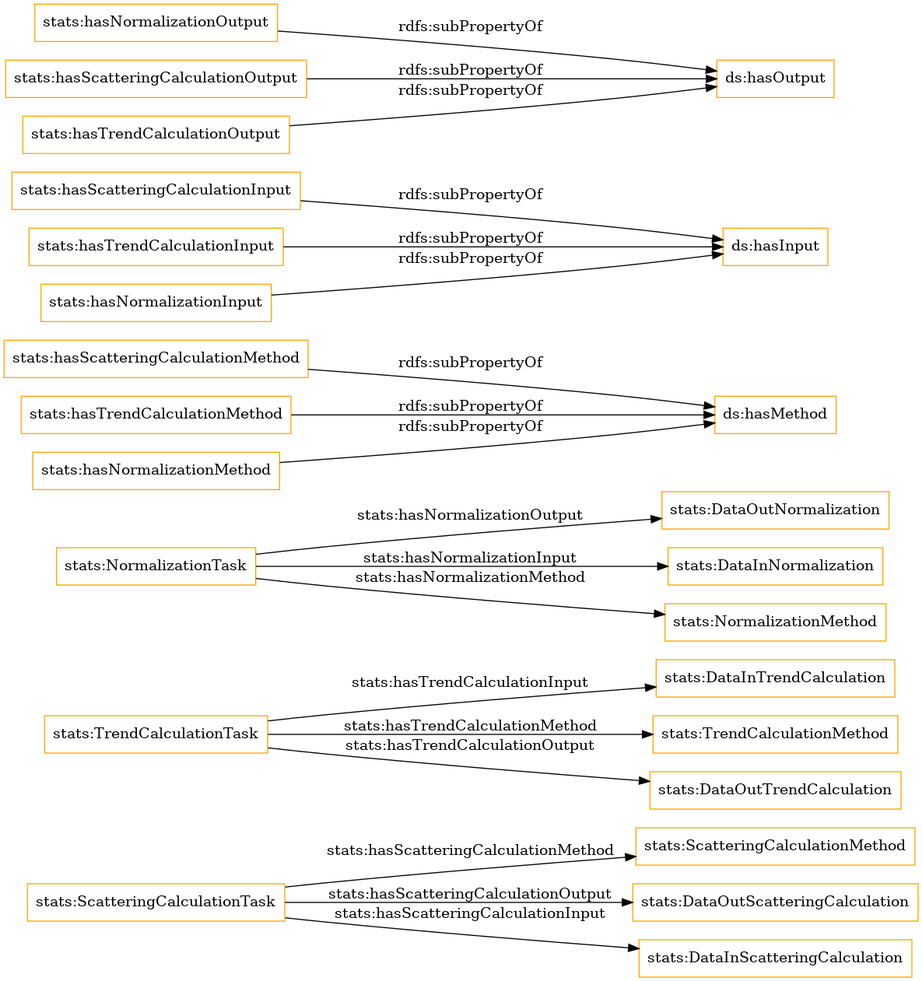
Earlier version of the Graphviz export OnToology/stats_exeKGOntology.ttl/diagrams/ar2dtool-class/stats_exeKGOntology.ttl.png (nsai-uio/ExeKGOntology). Its source is kept beside it as OnToology/stats_exeKGOntology.ttl/diagrams/ar2dtool-class/stats_exeKGOntology.ttl.png.dot. The source it was exported from:
```dot
digraph ar2dtool_diagram {
rankdir=LR;
size="1501"
node [shape = rectangle, color="orange"]; "stats:ScatteringCalculationMethod" "stats:TrendCalculationTask" "stats:DataOutScatteringCalculation" "stats:NormalizationTask" "stats:DataOutNormalization" "stats:DataInTrendCalculation" "stats:DataInNormalization" "stats:DataInScatteringCalculation" "stats:NormalizationMethod" "stats:ScatteringCalculationTask" "stats:TrendCalculationMethod" "stats:DataOutTrendCalculation" ; /*classes style*/
	"stats:hasScatteringCalculationMethod" -> "ds:hasMethod" [ label = "rdfs:subPropertyOf" ];
	"stats:hasTrendCalculationMethod" -> "ds:hasMethod" [ label = "rdfs:subPropertyOf" ];
	"stats:hasScatteringCalculationInput" -> "ds:hasInput" [ label = "rdfs:subPropertyOf" ];
	"stats:hasTrendCalculationInput" -> "ds:hasInput" [ label = "rdfs:subPropertyOf" ];
	"stats:hasNormalizationOutput" -> "ds:hasOutput" [ label = "rdfs:subPropertyOf" ];
	"stats:hasScatteringCalculationOutput" -> "ds:hasOutput" [ label = "rdfs:subPropertyOf" ];
	"stats:hasNormalizationInput" -> "ds:hasInput" [ label = "rdfs:subPropertyOf" ];
	"stats:hasNormalizationMethod" -> "ds:hasMethod" [ label = "rdfs:subPropertyOf" ];
	"stats:hasTrendCalculationOutput" -> "ds:hasOutput" [ label = "rdfs:subPropertyOf" ];
	"stats:TrendCalculationTask" -> "stats:TrendCalculationMethod" [ label = "stats:hasTrendCalculationMethod" ];
	"stats:ScatteringCalculationTask" -> "stats:DataInScatteringCalculation" [ label = "stats:hasScatteringCalculationInput" ];
	"stats:ScatteringCalculationTask" -> "stats:DataOutScatteringCalculation" [ label = "stats:hasScatteringCalculationOutput" ];
	"stats:NormalizationTask" -> "stats:NormalizationMethod" [ label = "stats:hasNormalizationMethod" ];
	"stats:ScatteringCalculationTask" -> "stats:ScatteringCalculationMethod" [ label = "stats:hasScatteringCalculationMethod" ];
	"stats:NormalizationTask" -> "stats:DataInNormalization" [ label = "stats:hasNormalizationInput" ];
	"stats:TrendCalculationTask" -> "stats:DataOutTrendCalculation" [ label = "stats:hasTrendCalculationOutput" ];
	"stats:TrendCalculationTask" -> "stats:DataInTrendCalculation" [ label = "stats:hasTrendCalculationInput" ];
	"stats:NormalizationTask" -> "stats:DataOutNormalization" [ label = "stats:hasNormalizationOutput" ];

}
```
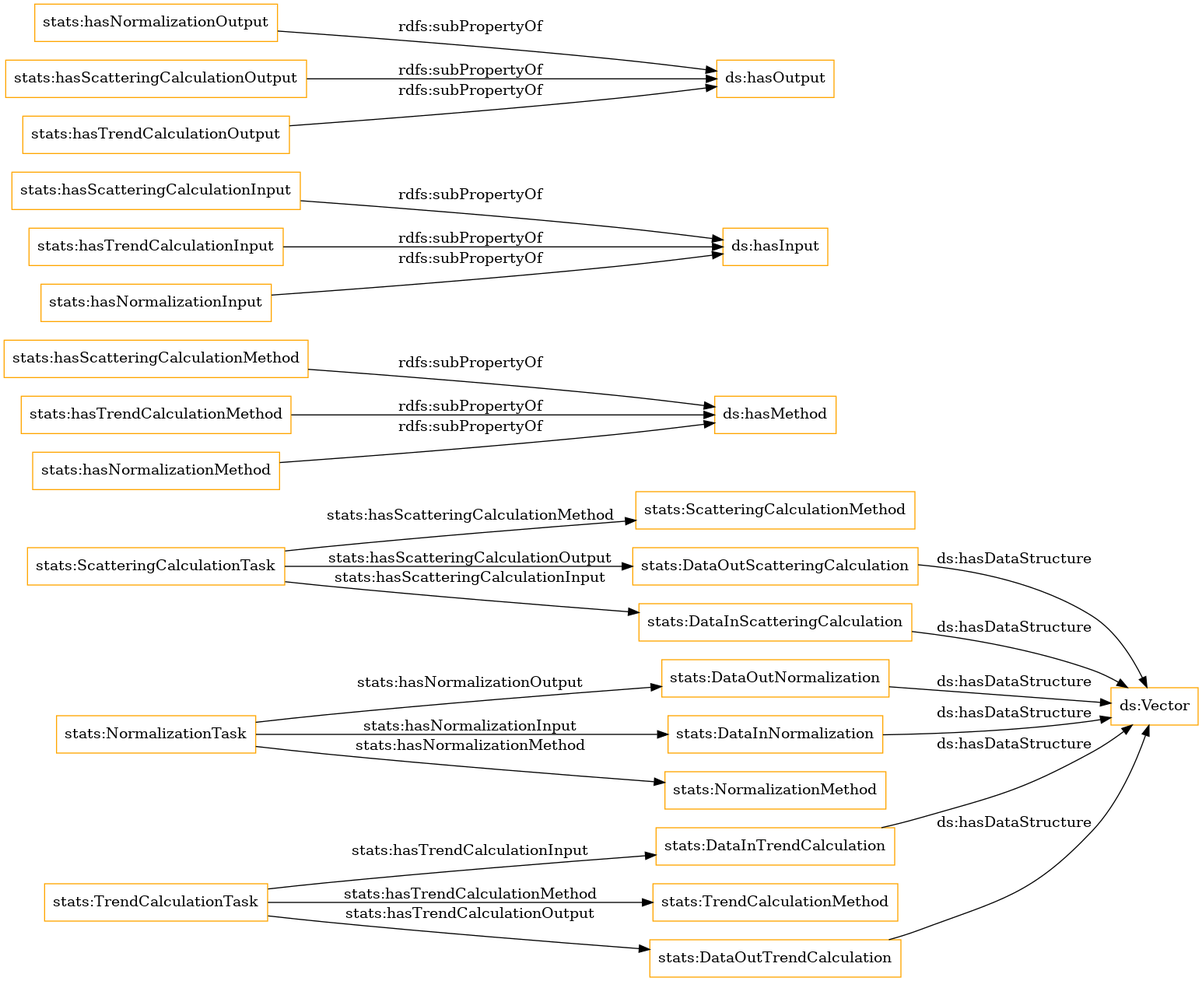
After the change.

What changed in the source:
```diff
@@ -3,13 +3,19 @@
 size="1501"
 node [shape = rectangle, color="orange"]; "stats:ScatteringCalculationMethod" "stats:TrendCalculationTask" "stats:DataOutScatteringCalculation" "stats:NormalizationTask" "stats:DataOutNormalization" "stats:DataInTrendCalculation" "stats:DataInNormalization" "stats:DataInScatteringCalculation" "stats:NormalizationMethod" "stats:ScatteringCalculationTask" "stats:TrendCalculationMethod" "stats:DataOutTrendCalculation" ; /*classes style*/
 	"stats:hasScatteringCalculationMethod" -> "ds:hasMethod" [ label = "rdfs:subPropertyOf" ];
+	"stats:DataOutNormalization" -> "ds:Vector" [ label = "ds:hasDataStructure" ];
 	"stats:hasTrendCalculationMethod" -> "ds:hasMethod" [ label = "rdfs:subPropertyOf" ];
 	"stats:hasScatteringCalculationInput" -> "ds:hasInput" [ label = "rdfs:subPropertyOf" ];
 	"stats:hasTrendCalculationInput" -> "ds:hasInput" [ label = "rdfs:subPropertyOf" ];
+	"stats:DataInScatteringCalculation" -> "ds:Vector" [ label = "ds:hasDataStructure" ];
+	"stats:DataInNormalization" -> "ds:Vector" [ label = "ds:hasDataStructure" ];
+	"stats:DataInTrendCalculation" -> "ds:Vector" [ label = "ds:hasDataStructure" ];
 	"stats:hasNormalizationOutput" -> "ds:hasOutput" [ label = "rdfs:subPropertyOf" ];
+	"stats:DataOutScatteringCalculation" -> "ds:Vector" [ label = "ds:hasDataStructure" ];
+	"stats:hasNormalizationMethod" -> "ds:hasMethod" [ label = "rdfs:subPropertyOf" ];
+	"stats:hasNormalizationInput" -> "ds:hasInput" [ label = "rdfs:subPropertyOf" ];
 	"stats:hasScatteringCalculationOutput" -> "ds:hasOutput" [ label = "rdfs:subPropertyOf" ];
-	"stats:hasNormalizationInput" -> "ds:hasInput" [ label = "rdfs:subPropertyOf" ];
-	"stats:hasNormalizationMethod" -> "ds:hasMethod" [ label = "rdfs:subPropertyOf" ];
+	"stats:DataOutTrendCalculation" -> "ds:Vector" [ label = "ds:hasDataStructure" ];
 	"stats:hasTrendCalculationOutput" -> "ds:hasOutput" [ label = "rdfs:subPropertyOf" ];
 	"stats:TrendCalculationTask" -> "stats:TrendCalculationMethod" [ label = "stats:hasTrendCalculationMethod" ];
 	"stats:ScatteringCalculationTask" -> "stats:DataInScatteringCalculation" [ label = "stats:hasScatteringCalculationInput" ];
```
